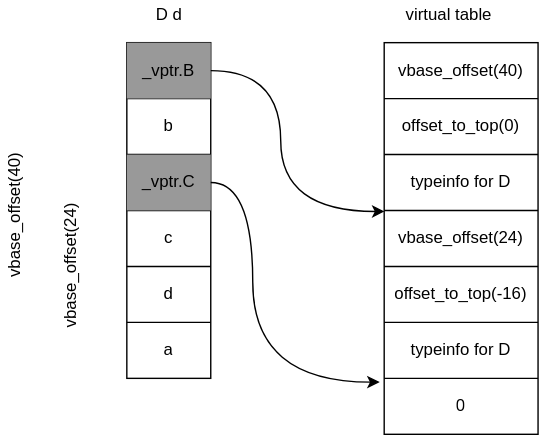
Earlier version of the draw.io export My_Assets/class_d_mem.svg (Cafory/cafory.github.io). Source tidied: cells renumbered, new cells last; positions are measured from the earlier drawing's top-left corner, leaving out a move shared by most shapes.
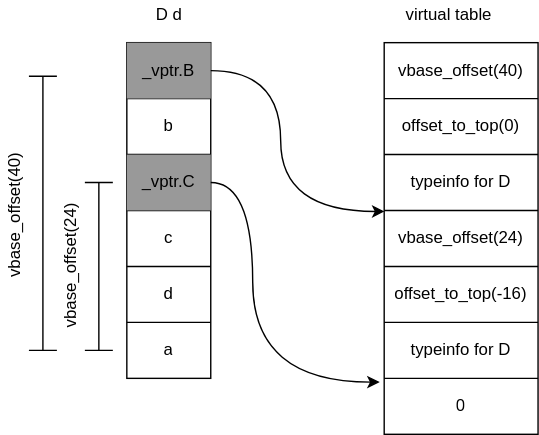
Later version of the same file.

The edit, as a diff of the source:
```diff
@@ -102,10 +102,10 @@
         </Array>
       </mxGeometry>
     </mxCell>
-    <mxCell id="32" style="shape=crossbar;whiteSpace=wrap;html=1;rounded=1;direction=south;labelBackgroundColor=none;fontColor=#000000;strokeColor=#FFFFFF;fillColor=#FFFFFF;gradientColor=none;gradientDirection=radial;" parent="1" vertex="1">
+    <mxCell id="32" style="shape=crossbar;whiteSpace=wrap;html=1;rounded=1;direction=south;labelBackgroundColor=none;fontColor=#000000;strokeColor=#000000;fillColor=#000000;gradientColor=none;gradientDirection=radial;" parent="1" vertex="1">
       <mxGeometry x="60" y="54" width="20" height="196" as="geometry" />
     </mxCell>
-    <mxCell id="33" style="shape=crossbar;whiteSpace=wrap;html=1;rounded=1;direction=south;labelBackgroundColor=none;fontColor=#000000;strokeColor=#FFFFFF;fillColor=#FFFFFF;gradientColor=none;gradientDirection=radial;" parent="1" vertex="1">
+    <mxCell id="33" style="shape=crossbar;whiteSpace=wrap;html=1;rounded=1;direction=south;labelBackgroundColor=none;fontColor=#000000;strokeColor=#000000;fillColor=#000000;gradientColor=none;gradientDirection=radial;" parent="1" vertex="1">
       <mxGeometry x="100" y="130" width="20" height="120" as="geometry" />
     </mxCell>
     <mxCell id="34" value="vbase_offset(40)" style="text;html=1;align=center;verticalAlign=middle;strokeColor=none;fillColor=none;fontColor=#000000;rotation=-90;" parent="1" vertex="1">
```
